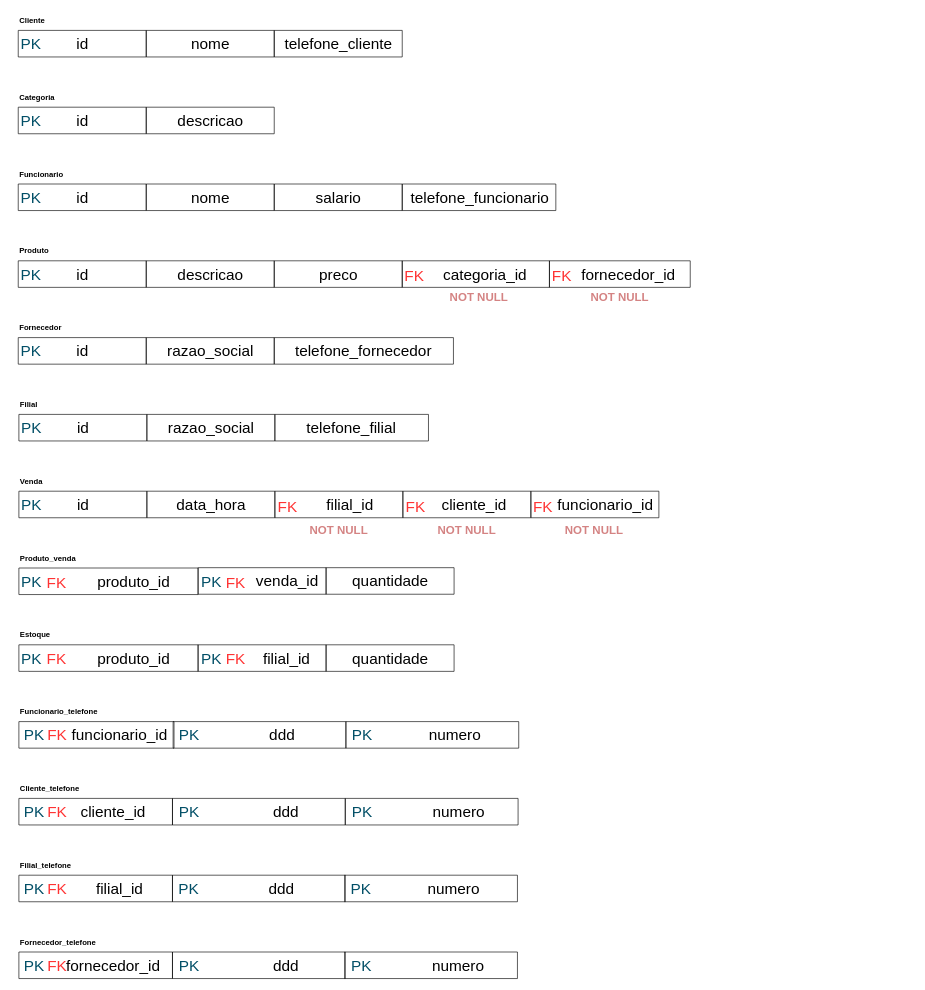
Before: LEOBDATV5-1.drawio in Konitch/Diagram, a draw.io diagram. Source tidied: cells renumbered, new cells numbered last; positions are measured from the earlier drawing's top-left corner, leaving out a move shared by most shapes. Both pictures are drawn from the tidied source at 64%, with x=0, y=0 at pixel (11, 11).
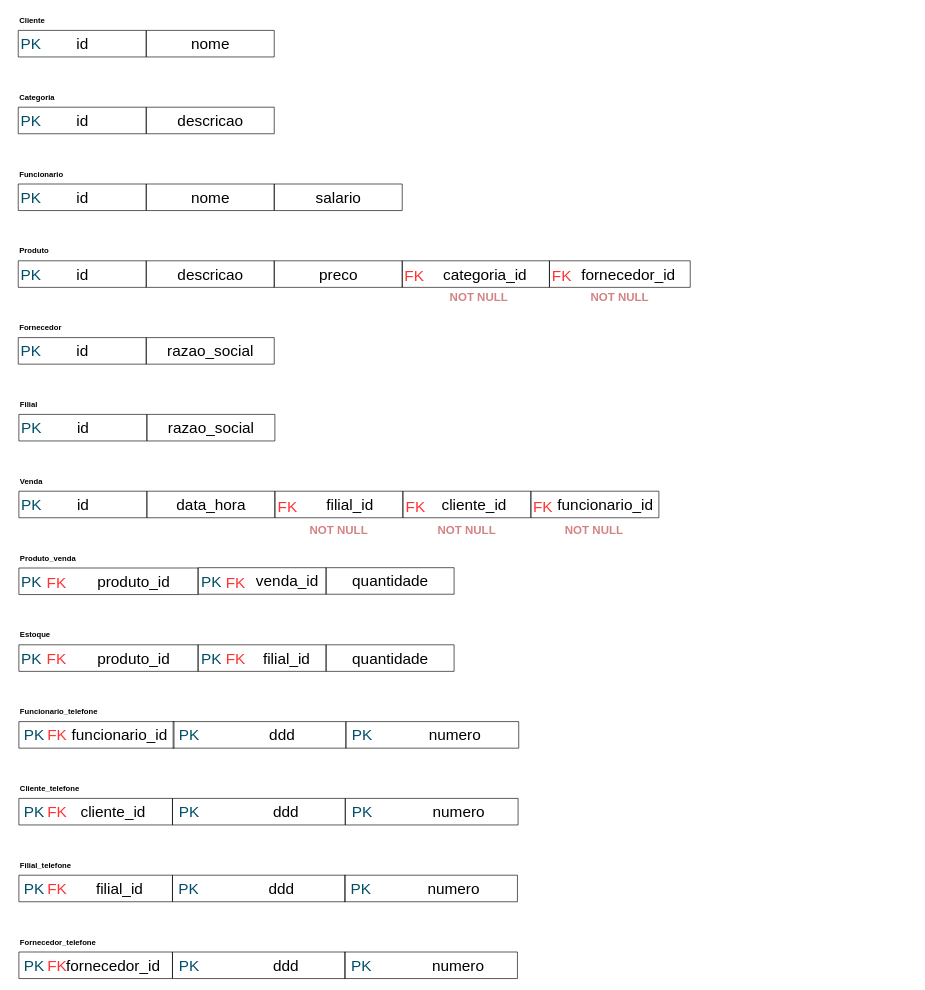
After the change.

Unchanged cells that the change refers to:
```xml
<mxCell id="13" style="group;" parent="12" vertex="1">
  <mxGeometry y="30" width="1000" height="43" as="geometry" />
</mxCell>
<mxCell id="52" style="group;" parent="50" vertex="1">
  <mxGeometry y="30" width="1000" height="43" as="geometry" />
</mxCell>
<mxCell id="66" style="group;" parent="65" vertex="1">
  <mxGeometry y="30" width="1000" height="43" as="geometry" />
</mxCell>
<mxCell id="147" style="group;" parent="146" vertex="1">
  <mxGeometry y="30" width="1000" height="43" as="geometry" />
</mxCell>
```

Change to the diagram source:
```diff
@@
-    <mxCell id="24" style="group;" parent="13" vertex="1">
-      <mxGeometry x="600" width="240" height="43" as="geometry" />
-    </mxCell>
-    <mxCell id="25" style="swimlane;startSize=0;" parent="24" vertex="1">
-      <mxGeometry width="240" height="41.5" as="geometry" />
-    </mxCell>
-    <mxCell id="26" value="&lt;font style=&quot;font-size: 24px;&quot;&gt;telefone_funcionario&lt;/font&gt;" style="text;html=1;align=center;verticalAlign=middle;strokeColor=none;fillColor=none;" parent="25" vertex="1">
-      <mxGeometry x="1.1" y="1.5" width="240" height="40" as="geometry" />
-    </mxCell>
@@
-    <mxCell id="60" style="group;" parent="52" vertex="1">
-      <mxGeometry x="400" width="200" height="43" as="geometry" />
-    </mxCell>
-    <mxCell id="61" style="swimlane;startSize=0;" parent="60" vertex="1">
-      <mxGeometry width="200" height="41.5" as="geometry" />
-    </mxCell>
-    <mxCell id="62" value="&lt;font style=&quot;font-size: 24px;&quot;&gt;telefone_cliente&lt;/font&gt;" style="text;html=1;align=center;verticalAlign=middle;strokeColor=none;fillColor=none;" parent="61" vertex="1">
-      <mxGeometry x="5" y="1.5" width="190" height="40" as="geometry" />
-    </mxCell>
@@
-    <mxCell id="74" style="group;" parent="66" vertex="1">
-      <mxGeometry x="400" width="320" height="43" as="geometry" />
-    </mxCell>
-    <mxCell id="75" style="swimlane;startSize=0;" parent="74" vertex="1">
-      <mxGeometry width="280" height="41.5" as="geometry" />
-    </mxCell>
-    <mxCell id="76" value="&lt;font style=&quot;font-size: 24px;&quot;&gt;telefone_fornecedor&lt;/font&gt;" style="text;html=1;align=center;verticalAlign=middle;strokeColor=none;fillColor=none;" parent="75" vertex="1">
-      <mxGeometry x="19" y="1.5" width="240" height="40" as="geometry" />
-    </mxCell>
@@
-    <mxCell id="155" style="group;" parent="147" vertex="1">
-      <mxGeometry x="400" width="280" height="43" as="geometry" />
-    </mxCell>
-    <mxCell id="156" style="swimlane;startSize=0;" parent="155" vertex="1">
-      <mxGeometry width="240" height="41.5" as="geometry" />
-    </mxCell>
-    <mxCell id="157" value="&lt;font style=&quot;font-size: 24px;&quot;&gt;telefone_filial&lt;/font&gt;" style="text;html=1;align=center;verticalAlign=middle;strokeColor=none;fillColor=none;" parent="156" vertex="1">
-      <mxGeometry x="39" y="1.5" width="160" height="40" as="geometry" />
-    </mxCell>
```
